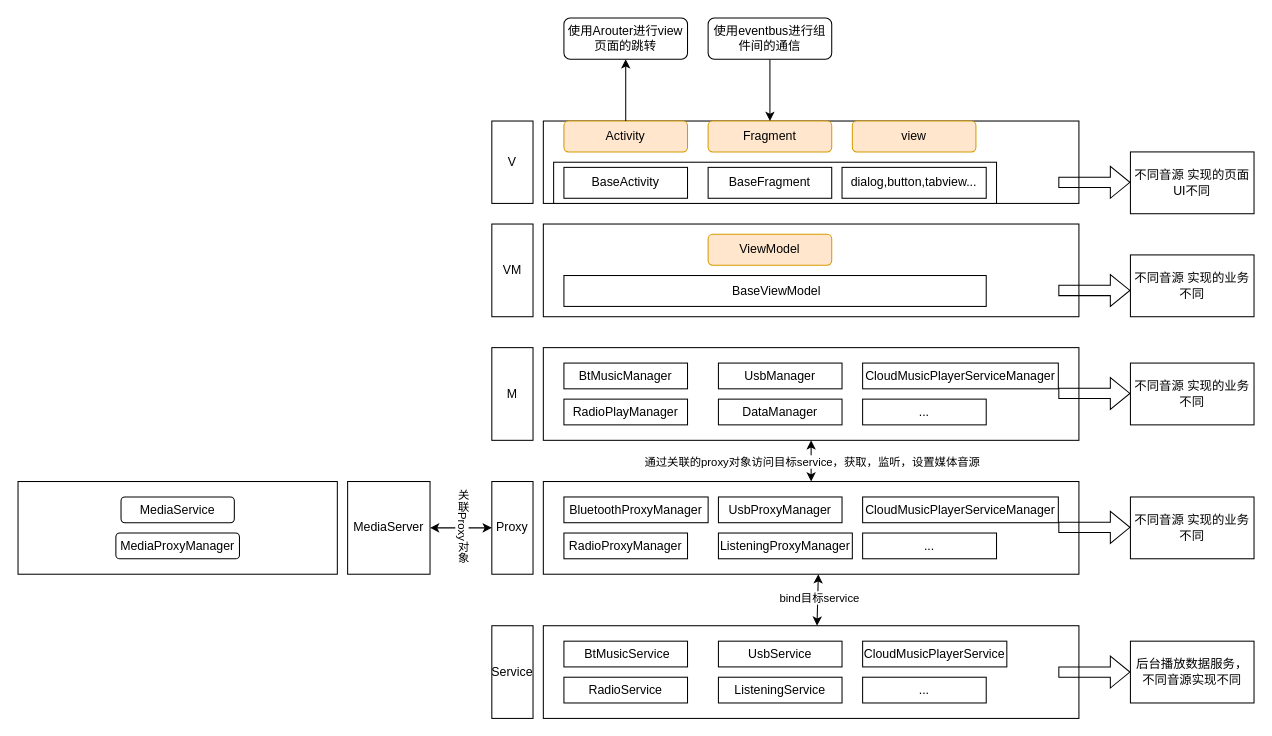
Earlier version of the draw.io diagram page "MediaCenter整体架构" (1 of 14) of 未命名绘图.drawio (NewPlayerAndroid/Latest-Interview). Source tidied: cells renumbered, new cells numbered last; positions are measured from the earlier drawing's top-left corner, leaving out a move shared by most shapes. Both pictures are drawn from the tidied source at 103%, with x=0, y=0 at pixel (18, 18).
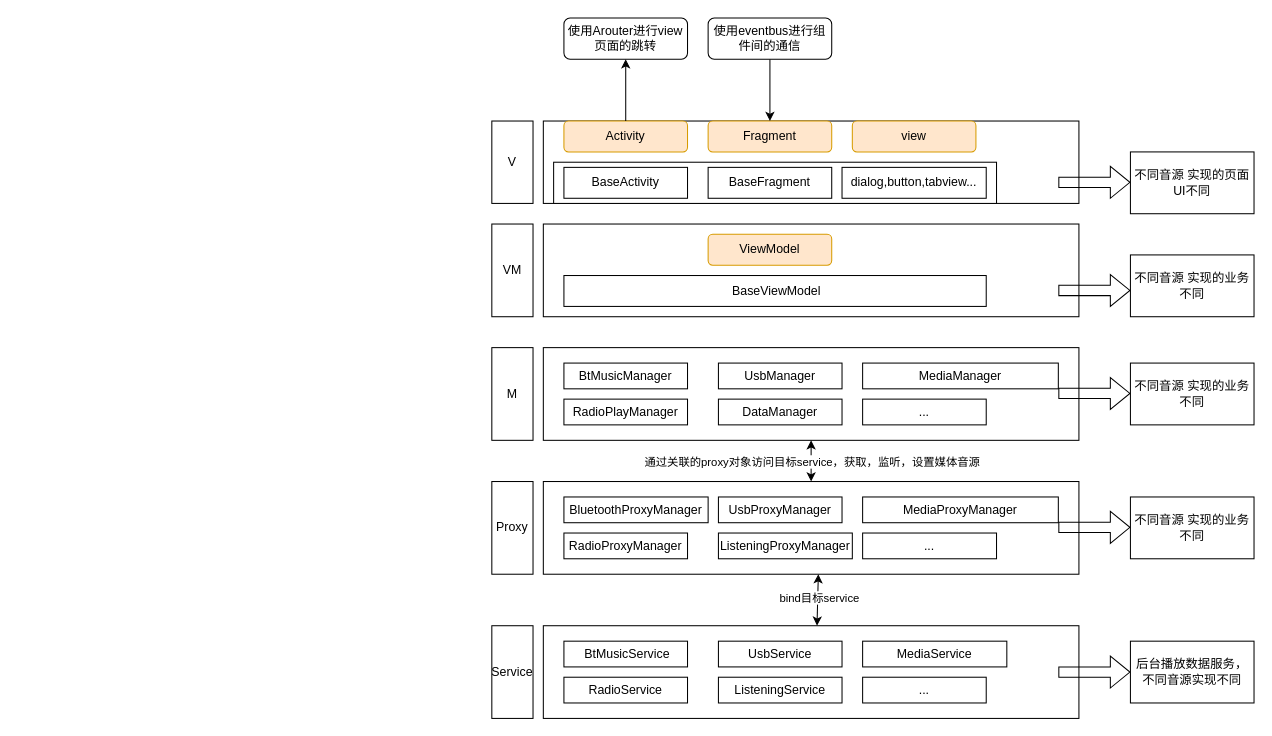
The same page after the edit.

The change refers to these unchanged cells:
```xml
<mxCell id="36" value="Proxy" style="rounded=0;whiteSpace=wrap;html=1;" parent="1" vertex="1">
  <mxGeometry x="460" y="450" width="40" height="90" as="geometry" />
</mxCell>
```

Change to the diagram source:
```diff
@@
-    <mxCell id="25" value="CloudMusicPlayerServiceManager" style="rounded=0;whiteSpace=wrap;html=1;" parent="1" vertex="1">
+    <mxCell id="25" value="MediaManager" style="rounded=0;whiteSpace=wrap;html=1;" parent="1" vertex="1">
       <mxGeometry x="820" y="335" width="190" height="25" as="geometry" />
     </mxCell>
@@
-    <mxCell id="40" value="CloudMusicPlayerService" style="rounded=0;whiteSpace=wrap;html=1;" parent="1" vertex="1">
+    <mxCell id="40" value="MediaService" style="rounded=0;whiteSpace=wrap;html=1;" parent="1" vertex="1">
       <mxGeometry x="820" y="605" width="140" height="25" as="geometry" />
     </mxCell>
@@
-    <mxCell id="47" value="CloudMusicPlayerServiceManager" style="rounded=0;whiteSpace=wrap;html=1;" parent="1" vertex="1">
+    <mxCell id="47" value="MediaProxyManager" style="rounded=0;whiteSpace=wrap;html=1;" parent="1" vertex="1">
       <mxGeometry x="820" y="465" width="190" height="25" as="geometry" />
     </mxCell>
@@
-    <mxCell id="59" style="rounded=0;whiteSpace=wrap;html=1;" parent="1" vertex="1">
-      <mxGeometry y="450" width="310" height="90" as="geometry" />
-    </mxCell>
-    <mxCell id="60" value="MediaServer" style="rounded=0;whiteSpace=wrap;html=1;" parent="1" vertex="1">
-      <mxGeometry x="320" y="450" width="80" height="90" as="geometry" />
-    </mxCell>
-    <mxCell id="61" value="MediaService" style="rounded=1;whiteSpace=wrap;html=1;" parent="1" vertex="1">
-      <mxGeometry x="100" y="465" width="110" height="25" as="geometry" />
-    </mxCell>
-    <mxCell id="62" style="endArrow=classic;startArrow=classic;html=1;rounded=0;entryX=0;entryY=0.5;entryDx=0;entryDy=0;" parent="1" edge="1" source="60" target="36">
-      <mxGeometry relative="1" as="geometry" />
-    </mxCell>
-    <mxCell id="63" value="关联Proxy对象" style="edgeLabel;html=1;align=center;verticalAlign=middle;textDirection=vertical-lr;" parent="62" vertex="1">
-      <mxGeometry x="-0.01" y="2" relative="1" as="geometry" />
-    </mxCell>
-    <mxCell id="64" value="MediaProxyManager" style="rounded=1;whiteSpace=wrap;html=1;" parent="1" vertex="1">
-      <mxGeometry x="95" y="500" width="120" height="25" as="geometry" />
-    </mxCell>
```
